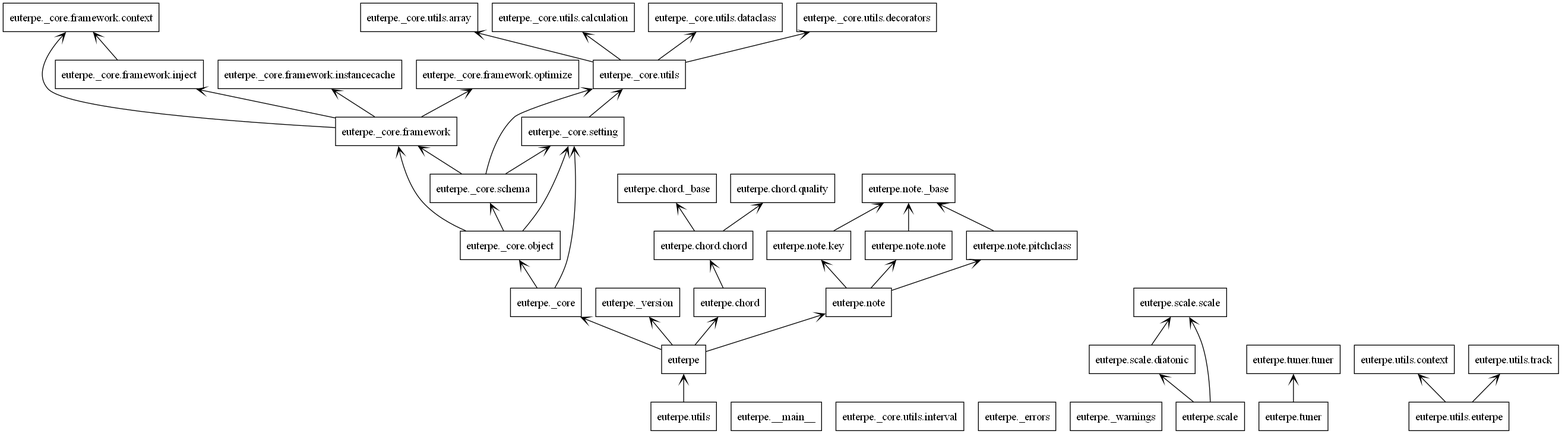
The PlantUML diagram documents/design/class-diagram/packages.png in Oujox/aulos, before a commit. Its source is kept beside it as documents/design/class-diagram/packages.puml.
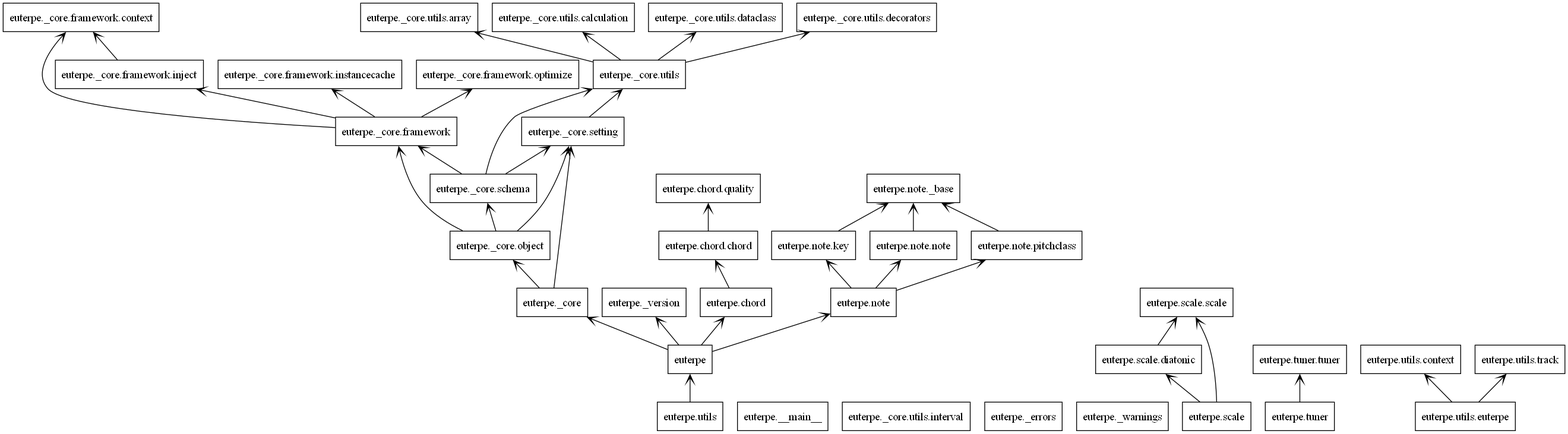
After the change.

What changed in the source:
```diff
@@ -41,8 +41,6 @@
 package "euterpe._warnings" as euterpe._warnings {
 }
 package "euterpe.chord" as euterpe.chord {
-}
-package "euterpe.chord._base" as euterpe.chord._base {
 }
 package "euterpe.chord.chord" as euterpe.chord.chord {
 }
@@ -99,7 +97,6 @@
 euterpe._core.utils --> euterpe._core.utils.dataclass
 euterpe._core.utils --> euterpe._core.utils.decorators
 euterpe.chord --> euterpe.chord.chord
-euterpe.chord.chord --> euterpe.chord._base
 euterpe.chord.chord --> euterpe.chord.quality
 euterpe.note --> euterpe.note.key
 euterpe.note --> euterpe.note.note
```
